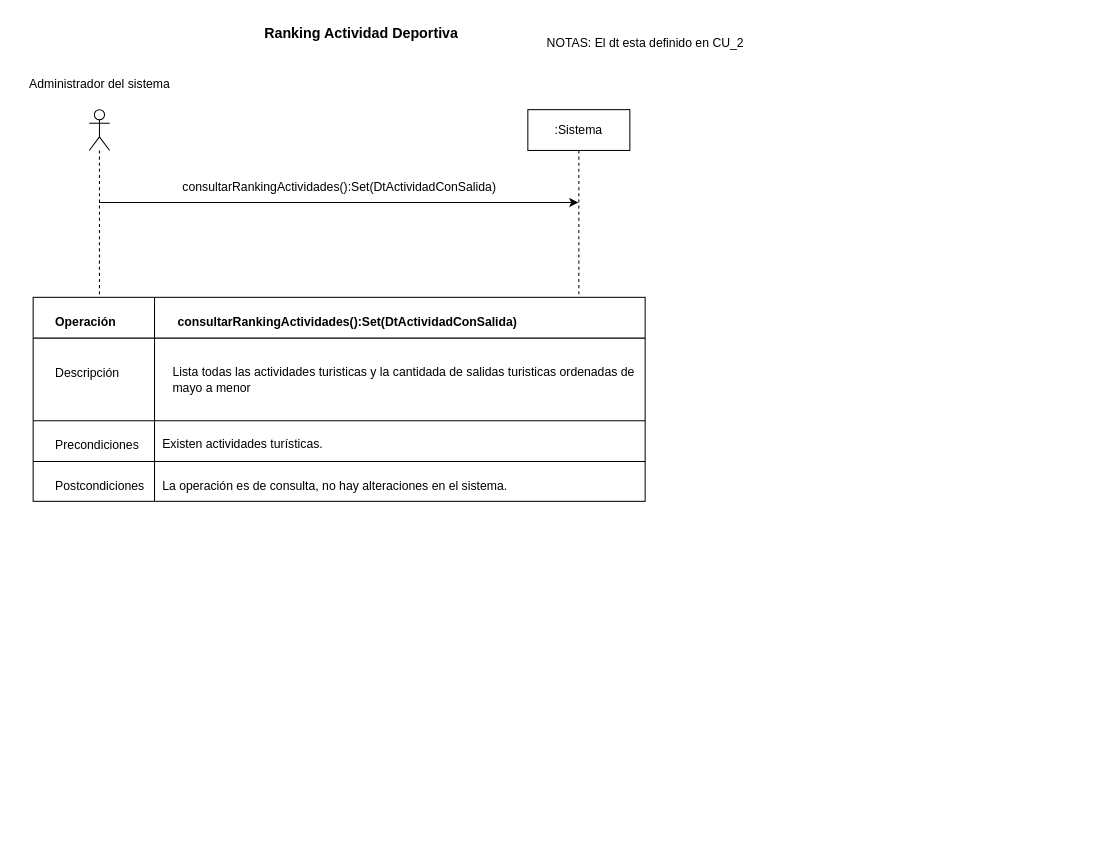
rofernandezm/Tencnoinf_Pap2025_Tarea1 keeps this draw.io diagram as page "CU11_RankingActividadTuristica" (12 of 12) of resources/Tarea1.drawio. Above is the earlier version. Source tidied: cells renumbered, new cells numbered last; positions are measured from the earlier drawing's top-left corner, leaving out a move shared by most shapes. Both pictures are drawn from the tidied source at 102%, with x=0, y=0 at pixel (17, 17).
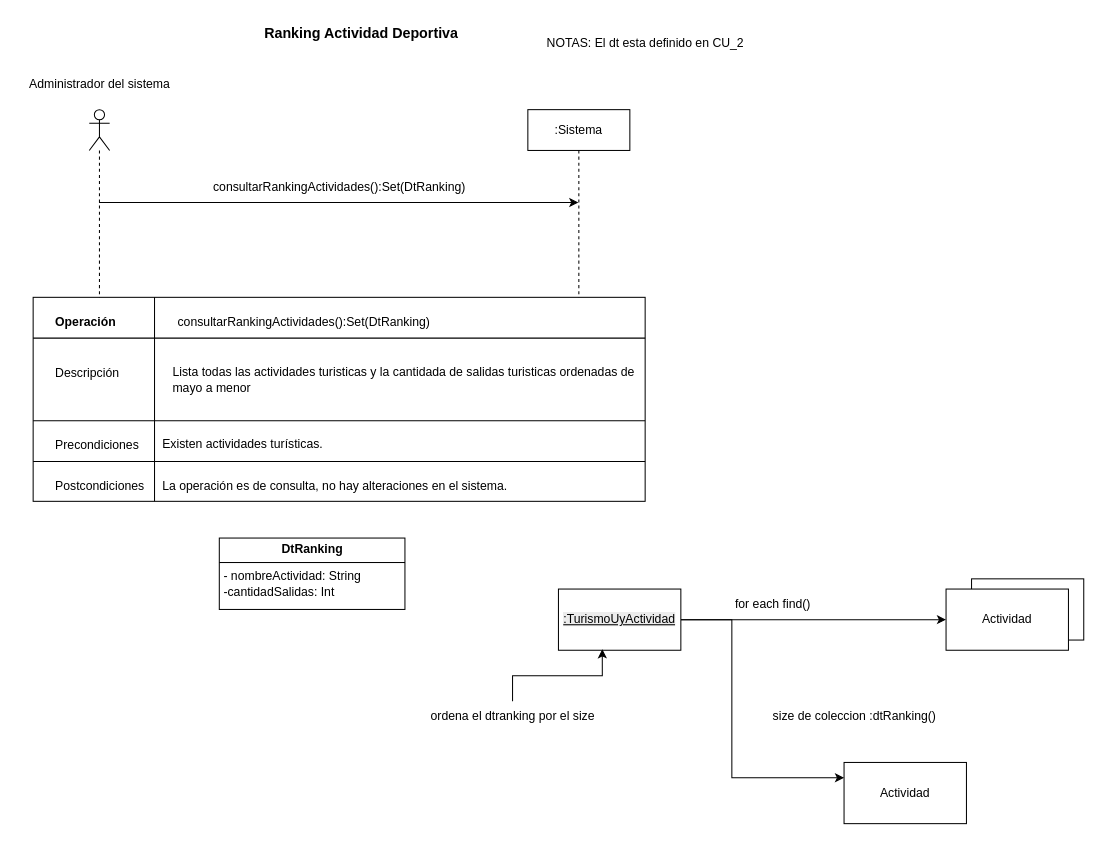
The same page after the edit.

The edit, as a diff of the source:
```diff
@@
-    <mxCell id="7" value="consultarRankingActividades():Set(DtActividadConSalida)" style="text;html=1;align=center;verticalAlign=middle;strokeColor=none;fillColor=none;" parent="1" vertex="1">
-      <mxGeometry x="150" y="151" width="330" height="30" as="geometry" />
+    <mxCell id="7" value="consultarRankingActividades():Set(DtRanking)" style="text;html=1;align=center;verticalAlign=middle;strokeColor=none;fillColor=none;" parent="1" vertex="1">
+      <mxGeometry x="180" y="151" width="270" height="30" as="geometry" />
     </mxCell>
@@
-    <mxCell id="18" value="&lt;span style=&quot;text-align: center; text-wrap-mode: nowrap;&quot;&gt;consultarRankingActividades():Set(DtActividadConSalida)&lt;/span&gt;" style="text;html=1;align=left;verticalAlign=middle;whiteSpace=wrap;rounded=0;fontStyle=1;" parent="1" vertex="1">
+    <mxCell id="18" value="&lt;span style=&quot;font-weight: 400; text-align: center; text-wrap-mode: nowrap;&quot;&gt;consultarRankingActividades():Set(DtRanking)&lt;/span&gt;" style="text;html=1;align=left;verticalAlign=middle;whiteSpace=wrap;rounded=0;fontStyle=1;" parent="1" vertex="1">
       <mxGeometry x="155" y="284" width="340" height="30" as="geometry" />
     </mxCell>
@@
+    <mxCell id="22" value="&lt;p style=&quot;margin: 4px 0px 0px; text-align: center;&quot;&gt;&lt;b&gt;DtRanking&lt;/b&gt;&lt;/p&gt;&lt;hr style=&quot;border-style: solid;&quot; size=&quot;1&quot;&gt;&lt;p style=&quot;margin: 0px 0px 0px 4px;&quot;&gt;- nombreActividad: String&lt;/p&gt;&lt;p style=&quot;margin: 0px 0px 0px 4px;&quot;&gt;-cantidadSalidas: Int&lt;/p&gt;" style="verticalAlign=top;align=left;overflow=fill;html=1;whiteSpace=wrap;" parent="1" vertex="1">
+      <mxGeometry x="197.5" y="510" width="182" height="70" as="geometry" />
+    </mxCell>
+    <mxCell id="23" value="size de coleccion :dtRanking()" style="text;html=1;align=center;verticalAlign=middle;strokeColor=none;fillColor=none;" parent="1" vertex="1">
+      <mxGeometry x="730" y="670" width="180" height="30" as="geometry" />
+    </mxCell>
+    <mxCell id="24" style="edgeStyle=orthogonalEdgeStyle;rounded=0;jettySize=auto;html=1;entryX=0;entryY=0.25;entryDx=0;entryDy=0;" parent="1" edge="1" source="26" target="29">
+      <mxGeometry relative="1" as="geometry">
+        <Array as="points">
+          <mxPoint x="700" y="590" />
+          <mxPoint x="700" y="745" />
+        </Array>
+      </mxGeometry>
+    </mxCell>
+    <mxCell id="25" style="edgeStyle=orthogonalEdgeStyle;rounded=0;jettySize=auto;html=1;" parent="1" edge="1" source="26">
+      <mxGeometry relative="1" as="geometry">
+        <mxPoint x="910" y="590" as="targetPoint" />
+      </mxGeometry>
+    </mxCell>
+    <mxCell id="26" value="&lt;br&gt;&lt;u style=&quot;forced-color-adjust: none; color: rgb(0, 0, 0); font-family: Helvetica; font-size: 12px; font-style: normal; font-variant-ligatures: normal; font-variant-caps: normal; font-weight: 400; letter-spacing: normal; orphans: 2; text-align: center; text-indent: 0px; text-transform: none; widows: 2; word-spacing: 0px; -webkit-text-stroke-width: 0px; white-space: normal; background-color: rgb(236, 236, 236);&quot;&gt;:TurismoUyActividad&lt;/u&gt;&lt;div&gt;&lt;br/&gt;&lt;/div&gt;" style="rounded=0;whiteSpace=wrap;html=1;" parent="1" vertex="1">
+      <mxGeometry x="530" y="560" width="120" height="60" as="geometry" />
+    </mxCell>
+    <mxCell id="27" style="rounded=0;whiteSpace=wrap;html=1;" parent="1" vertex="1">
+      <mxGeometry x="935" y="550" width="110" height="60" as="geometry" />
+    </mxCell>
+    <mxCell id="28" value="Actividad" style="rounded=0;whiteSpace=wrap;html=1;" parent="1" vertex="1">
+      <mxGeometry x="910" y="560" width="120" height="60" as="geometry" />
+    </mxCell>
+    <mxCell id="29" value="Actividad" style="rounded=0;whiteSpace=wrap;html=1;" parent="1" vertex="1">
+      <mxGeometry x="810" y="730" width="120" height="60" as="geometry" />
+    </mxCell>
+    <mxCell id="30" value="for each find()" style="text;html=1;align=center;verticalAlign=middle;strokeColor=none;fillColor=none;" parent="1" vertex="1">
+      <mxGeometry x="690" y="560" width="100" height="30" as="geometry" />
+    </mxCell>
+    <mxCell id="31" value="ordena el dtranking por el size" style="text;html=1;align=center;verticalAlign=middle;points=[];strokeColor=none;fillColor=none;" parent="1" vertex="1">
+      <mxGeometry x="395" y="670" width="180" height="30" as="geometry" />
+    </mxCell>
+    <mxCell id="32" style="edgeStyle=orthogonalEdgeStyle;rounded=0;jettySize=auto;html=1;entryX=0.358;entryY=0.983;entryDx=0;entryDy=0;entryPerimeter=0;" parent="1" edge="1" source="31" target="26">
+      <mxGeometry relative="1" as="geometry" />
+    </mxCell>
```
